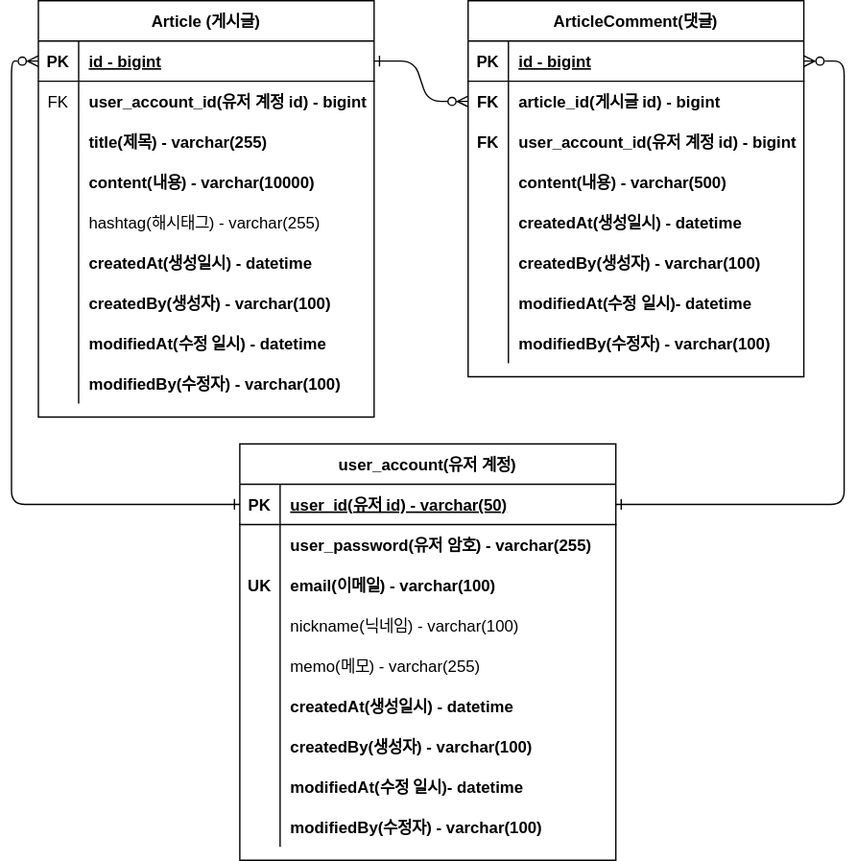
This is document/BoardService.svg from Inderby/BoardService, a draw.io export, as it was before one commit. Source tidied: cells renumbered, new cells last; positions are measured from the earlier drawing's top-left corner, leaving out a move shared by most shapes.
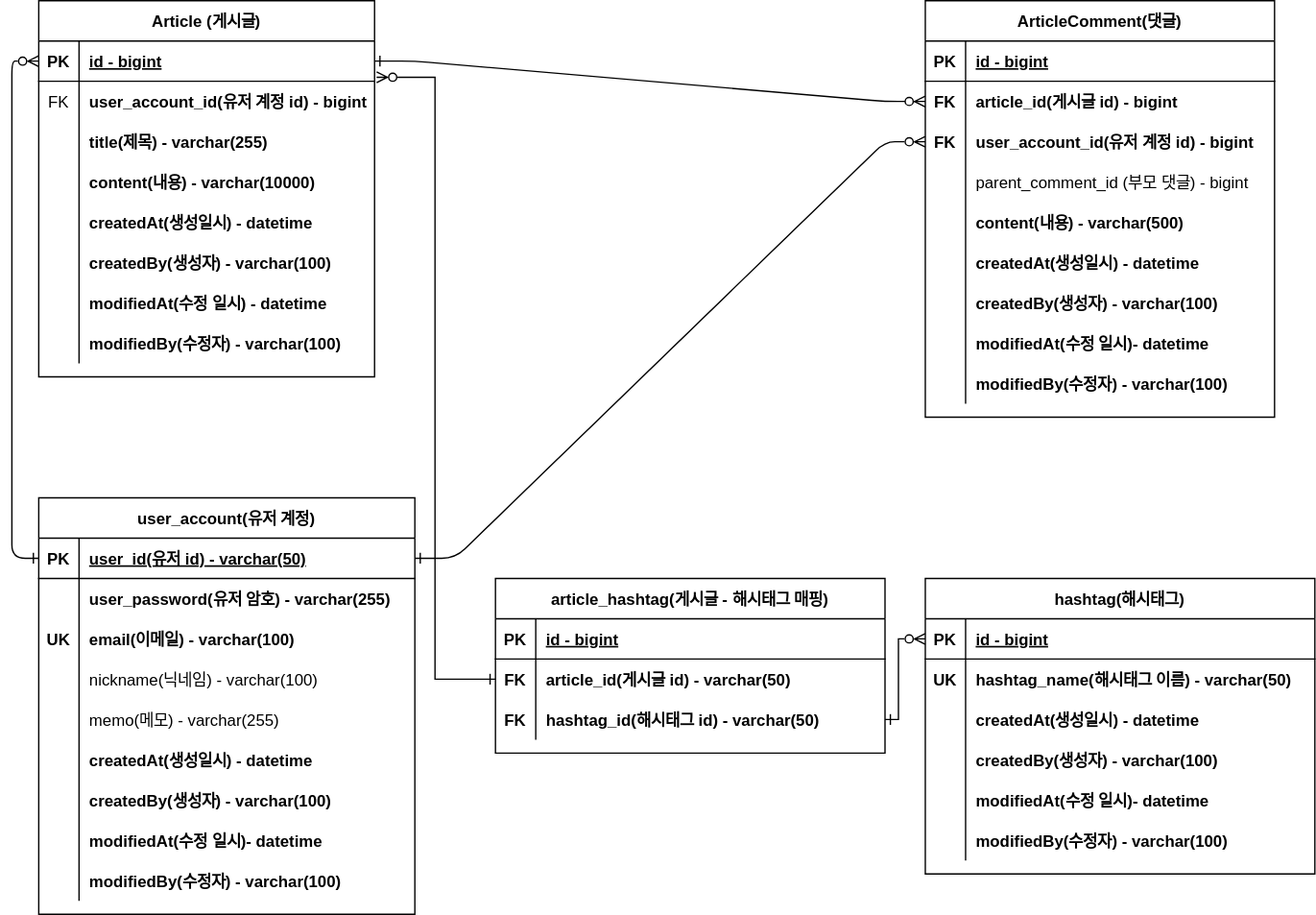
Above is the later version.

Commit message:
#58 - BoardService.svg 업데이트 : 대댓글, 해시태그

What changed in the source:
```diff
@@ -6,7 +6,7 @@
       <mxGeometry relative="1" as="geometry" />
     </mxCell>
     <mxCell id="3" value="Article (게시글)" style="shape=table;startSize=30;rowLines=0;fontStyle=1;align=center;" parent="1" vertex="1">
-      <mxGeometry width="250" height="310" as="geometry" />
+      <mxGeometry x="-100" y="-30" width="250" height="280" as="geometry" />
     </mxCell>
     <mxCell id="4" style="shape=partialRectangle;fillColor=none;points=[[0,0.5],[1,0.5]];portConstraint=eastwest;top=0;left=0;right=0;bottom=1;" parent="3" vertex="1">
       <mxGeometry y="30" width="250" height="30" as="geometry" />
@@ -44,17 +44,8 @@
     <mxCell id="15" value="content(내용) - varchar(10000)" style="shape=partialRectangle;overflow=hidden;fillColor=none;top=0;left=0;bottom=0;right=0;align=left;spacingLeft=6;fontStyle=1;" parent="13" vertex="1">
       <mxGeometry x="30" width="220" height="30" as="geometry" />
     </mxCell>
-    <mxCell id="16" style="shape=partialRectangle;fillColor=none;top=0;left=0;right=0;bottom=0;" parent="3" vertex="1">
-      <mxGeometry y="150" width="250" height="30" as="geometry" />
-    </mxCell>
-    <mxCell id="17" style="shape=partialRectangle;overflow=hidden;fillColor=none;top=0;left=0;bottom=0;right=0;" parent="16" vertex="1">
-      <mxGeometry width="30" height="30" as="geometry" />
-    </mxCell>
-    <mxCell id="18" value="hashtag(해시태그) - varchar(255)" style="shape=partialRectangle;overflow=hidden;fillColor=none;top=0;left=0;bottom=0;right=0;align=left;spacingLeft=6;fontStyle=0;" parent="16" vertex="1">
-      <mxGeometry x="30" width="220" height="30" as="geometry" />
-    </mxCell>
     <mxCell id="19" style="shape=partialRectangle;fillColor=none;top=0;left=0;right=0;bottom=0;" parent="3" vertex="1">
-      <mxGeometry y="180" width="250" height="30" as="geometry" />
+      <mxGeometry y="150" width="250" height="30" as="geometry" />
     </mxCell>
     <mxCell id="20" style="shape=partialRectangle;overflow=hidden;fillColor=none;top=0;left=0;bottom=0;right=0;" parent="19" vertex="1">
       <mxGeometry width="30" height="30" as="geometry" />
@@ -63,7 +54,7 @@
       <mxGeometry x="30" width="220" height="30" as="geometry" />
     </mxCell>
     <mxCell id="22" style="shape=partialRectangle;fillColor=none;top=0;left=0;right=0;bottom=0;" parent="3" vertex="1">
-      <mxGeometry y="210" width="250" height="30" as="geometry" />
+      <mxGeometry y="180" width="250" height="30" as="geometry" />
     </mxCell>
     <mxCell id="23" style="shape=partialRectangle;overflow=hidden;fillColor=none;top=0;left=0;bottom=0;right=0;" parent="22" vertex="1">
       <mxGeometry width="30" height="30" as="geometry" />
@@ -72,7 +63,7 @@
       <mxGeometry x="30" width="220" height="30" as="geometry" />
     </mxCell>
     <mxCell id="25" style="shape=partialRectangle;fillColor=none;top=0;left=0;right=0;bottom=0;" parent="3" vertex="1">
-      <mxGeometry y="240" width="250" height="30" as="geometry" />
+      <mxGeometry y="210" width="250" height="30" as="geometry" />
     </mxCell>
     <mxCell id="26" style="shape=partialRectangle;overflow=hidden;fillColor=none;top=0;left=0;bottom=0;right=0;" parent="25" vertex="1">
       <mxGeometry width="30" height="30" as="geometry" />
@@ -81,7 +72,7 @@
       <mxGeometry x="30" width="220" height="30" as="geometry" />
     </mxCell>
     <mxCell id="28" style="shape=partialRectangle;fillColor=none;top=0;left=0;right=0;bottom=0;" parent="3" vertex="1">
-      <mxGeometry y="270" width="250" height="30" as="geometry" />
+      <mxGeometry y="240" width="250" height="30" as="geometry" />
     </mxCell>
     <mxCell id="29" style="shape=partialRectangle;overflow=hidden;fillColor=none;top=0;left=0;bottom=0;right=0;" parent="28" vertex="1">
       <mxGeometry width="30" height="30" as="geometry" />
@@ -90,82 +81,91 @@
       <mxGeometry x="30" width="220" height="30" as="geometry" />
     </mxCell>
     <mxCell id="31" value="ArticleComment(댓글)" style="shape=table;startSize=30;rowLines=0;fontStyle=1;align=center;" parent="1" vertex="1">
-      <mxGeometry x="320" width="250" height="280" as="geometry" />
+      <mxGeometry x="560" y="-30" width="260" height="310" as="geometry" />
     </mxCell>
     <mxCell id="32" style="shape=partialRectangle;fillColor=none;points=[[0,0.5],[1,0.5]];portConstraint=eastwest;top=0;left=0;right=0;bottom=1;" parent="31" vertex="1">
-      <mxGeometry y="30" width="250" height="30" as="geometry" />
+      <mxGeometry y="30" width="260" height="30" as="geometry" />
     </mxCell>
     <mxCell id="33" value="PK" style="shape=partialRectangle;overflow=hidden;fillColor=none;top=0;left=0;bottom=0;right=0;fontStyle=1;" parent="32" vertex="1">
       <mxGeometry width="30" height="30" as="geometry" />
     </mxCell>
     <mxCell id="34" value="id - bigint" style="shape=partialRectangle;overflow=hidden;fillColor=none;top=0;left=0;bottom=0;right=0;align=left;spacingLeft=6;fontStyle=5;" parent="32" vertex="1">
-      <mxGeometry x="30" width="220" height="30" as="geometry" />
+      <mxGeometry x="30" width="230" height="30" as="geometry" />
     </mxCell>
     <mxCell id="35" style="shape=partialRectangle;fillColor=none;points=[[0,0.5],[1,0.5]];portConstraint=eastwest;top=0;left=0;right=0;bottom=0;" parent="31" vertex="1">
-      <mxGeometry y="60" width="250" height="30" as="geometry" />
+      <mxGeometry y="60" width="260" height="30" as="geometry" />
     </mxCell>
     <mxCell id="36" value="FK" style="shape=partialRectangle;overflow=hidden;fillColor=none;top=0;left=0;bottom=0;right=0;fontStyle=1;" parent="35" vertex="1">
       <mxGeometry width="30" height="30" as="geometry" />
     </mxCell>
     <mxCell id="37" value="article_id(게시글 id) - bigint" style="shape=partialRectangle;overflow=hidden;fillColor=none;top=0;left=0;bottom=0;right=0;align=left;spacingLeft=6;fontStyle=1;" parent="35" vertex="1">
-      <mxGeometry x="30" width="220" height="30" as="geometry" />
+      <mxGeometry x="30" width="230" height="30" as="geometry" />
     </mxCell>
     <mxCell id="38" style="shape=partialRectangle;fillColor=none;points=[[0,0.5],[1,0.5]];portConstraint=eastwest;top=0;left=0;right=0;bottom=0;" parent="31" vertex="1">
-      <mxGeometry y="90" width="250" height="30" as="geometry" />
+      <mxGeometry y="90" width="260" height="30" as="geometry" />
     </mxCell>
     <mxCell id="39" value="FK" style="shape=partialRectangle;overflow=hidden;fillColor=none;top=0;left=0;bottom=0;right=0;fontStyle=1;" parent="38" vertex="1">
       <mxGeometry width="30" height="30" as="geometry" />
     </mxCell>
     <mxCell id="40" value="user_account_id(유저 계정 id) - bigint" style="shape=partialRectangle;overflow=hidden;fillColor=none;top=0;left=0;bottom=0;right=0;align=left;spacingLeft=6;fontStyle=1;" parent="38" vertex="1">
-      <mxGeometry x="30" width="220" height="30" as="geometry" />
+      <mxGeometry x="30" width="230" height="30" as="geometry" />
     </mxCell>
+    <mxCell id="86" style="shape=partialRectangle;fillColor=none;top=0;left=0;right=0;bottom=0;" parent="31" vertex="1">
+      <mxGeometry y="120" width="260" height="30" as="geometry" />
+    </mxCell>
+    <mxCell id="87" style="shape=partialRectangle;overflow=hidden;fillColor=none;top=0;left=0;bottom=0;right=0;fontStyle=1;" parent="86" vertex="1">
+      <mxGeometry width="30" height="30" as="geometry" />
+    </mxCell>
+    <mxCell id="88" value="parent_comment_id (부모 댓글) - bigint" style="shape=partialRectangle;overflow=hidden;fillColor=none;top=0;left=0;bottom=0;right=0;align=left;spacingLeft=6;fontStyle=0;" parent="86" vertex="1">
+      <mxGeometry x="30" width="230" height="30" as="geometry" />
+    </mxCell>
     <mxCell id="41" style="shape=partialRectangle;fillColor=none;top=0;left=0;right=0;bottom=0;" parent="31" vertex="1">
-      <mxGeometry y="120" width="250" height="30" as="geometry" />
+      <mxGeometry y="150" width="260" height="30" as="geometry" />
     </mxCell>
     <mxCell id="42" style="shape=partialRectangle;overflow=hidden;fillColor=none;top=0;left=0;bottom=0;right=0;" parent="41" vertex="1">
       <mxGeometry width="30" height="30" as="geometry" />
     </mxCell>
     <mxCell id="43" value="content(내용) - varchar(500)" style="shape=partialRectangle;overflow=hidden;fillColor=none;top=0;left=0;bottom=0;right=0;align=left;spacingLeft=6;fontStyle=1;" parent="41" vertex="1">
-      <mxGeometry x="30" width="220" height="30" as="geometry" />
+      <mxGeometry x="30" width="230" height="30" as="geometry" />
     </mxCell>
     <mxCell id="44" style="shape=partialRectangle;fillColor=none;top=0;left=0;right=0;bottom=0;" parent="31" vertex="1">
-      <mxGeometry y="150" width="250" height="30" as="geometry" />
+      <mxGeometry y="180" width="260" height="30" as="geometry" />
     </mxCell>
     <mxCell id="45" style="shape=partialRectangle;overflow=hidden;fillColor=none;top=0;left=0;bottom=0;right=0;" parent="44" vertex="1">
       <mxGeometry width="30" height="30" as="geometry" />
     </mxCell>
     <mxCell id="46" value="createdAt(생성일시) - datetime" style="shape=partialRectangle;overflow=hidden;fillColor=none;top=0;left=0;bottom=0;right=0;align=left;spacingLeft=6;fontStyle=1;" parent="44" vertex="1">
-      <mxGeometry x="30" width="220" height="30" as="geometry" />
+      <mxGeometry x="30" width="230" height="30" as="geometry" />
     </mxCell>
     <mxCell id="47" style="shape=partialRectangle;fillColor=none;top=0;left=0;right=0;bottom=0;" parent="31" vertex="1">
-      <mxGeometry y="180" width="250" height="30" as="geometry" />
+      <mxGeometry y="210" width="260" height="30" as="geometry" />
     </mxCell>
     <mxCell id="48" style="shape=partialRectangle;overflow=hidden;fillColor=none;top=0;left=0;bottom=0;right=0;" parent="47" vertex="1">
       <mxGeometry width="30" height="30" as="geometry" />
     </mxCell>
     <mxCell id="49" value="createdBy(생성자) - varchar(100)" style="shape=partialRectangle;overflow=hidden;fillColor=none;top=0;left=0;bottom=0;right=0;align=left;spacingLeft=6;fontStyle=1;" parent="47" vertex="1">
-      <mxGeometry x="30" width="220" height="30" as="geometry" />
+      <mxGeometry x="30" width="230" height="30" as="geometry" />
     </mxCell>
     <mxCell id="50" style="shape=partialRectangle;fillColor=none;top=0;left=0;right=0;bottom=0;" parent="31" vertex="1">
-      <mxGeometry y="210" width="250" height="30" as="geometry" />
+      <mxGeometry y="240" width="260" height="30" as="geometry" />
     </mxCell>
     <mxCell id="51" style="shape=partialRectangle;overflow=hidden;fillColor=none;top=0;left=0;bottom=0;right=0;" parent="50" vertex="1">
       <mxGeometry width="30" height="30" as="geometry" />
     </mxCell>
     <mxCell id="52" value="modifiedAt(수정 일시)- datetime" style="shape=partialRectangle;overflow=hidden;fillColor=none;top=0;left=0;bottom=0;right=0;align=left;spacingLeft=6;fontStyle=1;" parent="50" vertex="1">
-      <mxGeometry x="30" width="220" height="30" as="geometry" />
+      <mxGeometry x="30" width="230" height="30" as="geometry" />
     </mxCell>
     <mxCell id="53" style="shape=partialRectangle;fillColor=none;top=0;left=0;right=0;bottom=0;" parent="31" vertex="1">
-      <mxGeometry y="240" width="250" height="30" as="geometry" />
+      <mxGeometry y="270" width="260" height="30" as="geometry" />
     </mxCell>
     <mxCell id="54" style="shape=partialRectangle;overflow=hidden;fillColor=none;top=0;left=0;bottom=0;right=0;" parent="53" vertex="1">
       <mxGeometry width="30" height="30" as="geometry" />
     </mxCell>
     <mxCell id="55" value="modifiedBy(수정자) - varchar(100)" style="shape=partialRectangle;overflow=hidden;fillColor=none;top=0;left=0;bottom=0;right=0;align=left;spacingLeft=6;fontStyle=1;" parent="53" vertex="1">
-      <mxGeometry x="30" width="220" height="30" as="geometry" />
+      <mxGeometry x="30" width="230" height="30" as="geometry" />
     </mxCell>
     <mxCell id="56" value="user_account(유저 계정)" style="shape=table;startSize=30;rowLines=0;fontStyle=1;align=center;" parent="1" vertex="1">
-      <mxGeometry x="150" y="330" width="280" height="310" as="geometry" />
+      <mxGeometry x="-100" y="340" width="280" height="310" as="geometry" />
     </mxCell>
     <mxCell id="57" style="shape=partialRectangle;fillColor=none;points=[[0,0.5],[1,0.5]];portConstraint=eastwest;top=0;left=0;right=0;bottom=1;" parent="56" vertex="1">
       <mxGeometry y="30" width="280" height="30" as="geometry" />
@@ -248,7 +248,7 @@
     <mxCell id="83" value="modifiedBy(수정자) - varchar(100)" style="shape=partialRectangle;overflow=hidden;fillColor=none;top=0;left=0;bottom=0;right=0;align=left;spacingLeft=6;fontStyle=1;" parent="81" vertex="1">
       <mxGeometry x="30" width="250" height="30" as="geometry" />
     </mxCell>
-    <mxCell id="84" style="edgeStyle=entityRelationEdgeStyle;rounded=1;jettySize=auto;html=1;endArrow=ERzeroToMany;endFill=0;startArrow=ERone;startFill=0;exitX=1;exitY=0.5;exitDx=0;exitDy=0;" parent="1" edge="1" source="57" target="32">
+    <mxCell id="84" style="edgeStyle=entityRelationEdgeStyle;rounded=1;jettySize=auto;html=1;endArrow=ERzeroToMany;endFill=0;startArrow=ERone;startFill=0;exitX=1;exitY=0.5;exitDx=0;exitDy=0;" parent="1" edge="1" source="57" target="38">
       <mxGeometry relative="1" as="geometry">
         <Array as="points">
           <mxPoint x="360" y="230" />
@@ -258,5 +258,103 @@
     <mxCell id="85" style="edgeStyle=orthogonalEdgeStyle;rounded=1;jettySize=auto;html=1;entryX=0;entryY=0.5;entryDx=0;entryDy=0;endArrow=ERzeroToMany;endFill=0;startArrow=ERone;startFill=0;curved=0;" parent="1" edge="1" source="57" target="4">
       <mxGeometry relative="1" as="geometry" />
     </mxCell>
+    <mxCell id="89" value="hashtag(해시태그)" style="shape=table;startSize=30;rowLines=0;fontStyle=1;align=center;" parent="1" vertex="1">
+      <mxGeometry x="560" y="400" width="290" height="220" as="geometry" />
+    </mxCell>
+    <mxCell id="90" style="shape=partialRectangle;fillColor=none;points=[[0,0.5],[1,0.5]];portConstraint=eastwest;top=0;left=0;right=0;bottom=1;" parent="89" vertex="1">
+      <mxGeometry y="30" width="290" height="30" as="geometry" />
+    </mxCell>
+    <mxCell id="91" value="PK" style="shape=partialRectangle;overflow=hidden;fillColor=none;top=0;left=0;bottom=0;right=0;fontStyle=1;" parent="90" vertex="1">
+      <mxGeometry width="30" height="30" as="geometry" />
+    </mxCell>
+    <mxCell id="92" value="id - bigint" style="shape=partialRectangle;overflow=hidden;fillColor=none;top=0;left=0;bottom=0;right=0;align=left;spacingLeft=6;fontStyle=5;" parent="90" vertex="1">
+      <mxGeometry x="30" width="260" height="30" as="geometry" />
+    </mxCell>
+    <mxCell id="93" style="shape=partialRectangle;fillColor=none;top=0;left=0;right=0;bottom=0;" parent="89" vertex="1">
+      <mxGeometry y="60" width="290" height="30" as="geometry" />
+    </mxCell>
+    <mxCell id="94" value="UK" style="shape=partialRectangle;overflow=hidden;fillColor=none;top=0;left=0;bottom=0;right=0;fontStyle=1;" parent="93" vertex="1">
+      <mxGeometry width="30" height="30" as="geometry" />
+    </mxCell>
+    <mxCell id="95" value="hashtag_name(해시태그 이름) - varchar(50)" style="shape=partialRectangle;overflow=hidden;fillColor=none;top=0;left=0;bottom=0;right=0;align=left;spacingLeft=6;fontStyle=1;" parent="93" vertex="1">
+      <mxGeometry x="30" width="260" height="30" as="geometry" />
+    </mxCell>
+    <mxCell id="96" style="shape=partialRectangle;fillColor=none;top=0;left=0;right=0;bottom=0;" parent="89" vertex="1">
+      <mxGeometry y="90" width="290" height="30" as="geometry" />
+    </mxCell>
+    <mxCell id="97" style="shape=partialRectangle;overflow=hidden;fillColor=none;top=0;left=0;bottom=0;right=0;" parent="96" vertex="1">
+      <mxGeometry width="30" height="30" as="geometry" />
+    </mxCell>
+    <mxCell id="98" value="createdAt(생성일시) - datetime" style="shape=partialRectangle;overflow=hidden;fillColor=none;top=0;left=0;bottom=0;right=0;align=left;spacingLeft=6;fontStyle=1;" parent="96" vertex="1">
+      <mxGeometry x="30" width="260" height="30" as="geometry" />
+    </mxCell>
+    <mxCell id="99" style="shape=partialRectangle;fillColor=none;top=0;left=0;right=0;bottom=0;" parent="89" vertex="1">
+      <mxGeometry y="120" width="290" height="30" as="geometry" />
+    </mxCell>
+    <mxCell id="100" style="shape=partialRectangle;overflow=hidden;fillColor=none;top=0;left=0;bottom=0;right=0;" parent="99" vertex="1">
+      <mxGeometry width="30" height="30" as="geometry" />
+    </mxCell>
+    <mxCell id="101" value="createdBy(생성자) - varchar(100)" style="shape=partialRectangle;overflow=hidden;fillColor=none;top=0;left=0;bottom=0;right=0;align=left;spacingLeft=6;fontStyle=1;" parent="99" vertex="1">
+      <mxGeometry x="30" width="260" height="30" as="geometry" />
+    </mxCell>
+    <mxCell id="102" style="shape=partialRectangle;fillColor=none;top=0;left=0;right=0;bottom=0;" parent="89" vertex="1">
+      <mxGeometry y="150" width="290" height="30" as="geometry" />
+    </mxCell>
+    <mxCell id="103" style="shape=partialRectangle;overflow=hidden;fillColor=none;top=0;left=0;bottom=0;right=0;" parent="102" vertex="1">
+      <mxGeometry width="30" height="30" as="geometry" />
+    </mxCell>
+    <mxCell id="104" value="modifiedAt(수정 일시)- datetime" style="shape=partialRectangle;overflow=hidden;fillColor=none;top=0;left=0;bottom=0;right=0;align=left;spacingLeft=6;fontStyle=1;" parent="102" vertex="1">
+      <mxGeometry x="30" width="260" height="30" as="geometry" />
+    </mxCell>
+    <mxCell id="105" style="shape=partialRectangle;fillColor=none;top=0;left=0;right=0;bottom=0;" parent="89" vertex="1">
+      <mxGeometry y="180" width="290" height="30" as="geometry" />
+    </mxCell>
+    <mxCell id="106" style="shape=partialRectangle;overflow=hidden;fillColor=none;top=0;left=0;bottom=0;right=0;" parent="105" vertex="1">
+      <mxGeometry width="30" height="30" as="geometry" />
+    </mxCell>
+    <mxCell id="107" value="modifiedBy(수정자) - varchar(100)" style="shape=partialRectangle;overflow=hidden;fillColor=none;top=0;left=0;bottom=0;right=0;align=left;spacingLeft=6;fontStyle=1;" parent="105" vertex="1">
+      <mxGeometry x="30" width="260" height="30" as="geometry" />
+    </mxCell>
+    <mxCell id="108" value="article_hashtag(게시글 - 해시태그 매핑)" style="shape=table;startSize=30;rowLines=0;fontStyle=1;align=center;" parent="1" vertex="1">
+      <mxGeometry x="240" y="400" width="290" height="130" as="geometry" />
+    </mxCell>
+    <mxCell id="109" style="shape=partialRectangle;fillColor=none;top=0;left=0;right=0;bottom=1;" parent="108" vertex="1">
+      <mxGeometry y="30" width="290" height="30" as="geometry" />
+    </mxCell>
+    <mxCell id="110" value="PK" style="shape=partialRectangle;overflow=hidden;fillColor=none;top=0;left=0;bottom=0;right=0;fontStyle=1;" parent="109" vertex="1">
+      <mxGeometry width="30" height="30" as="geometry" />
+    </mxCell>
+    <mxCell id="111" value="id - bigint" style="shape=partialRectangle;overflow=hidden;fillColor=none;top=0;left=0;bottom=0;right=0;align=left;spacingLeft=6;fontStyle=5;" parent="109" vertex="1">
+      <mxGeometry x="30" width="260" height="30" as="geometry" />
+    </mxCell>
+    <mxCell id="112" style="shape=partialRectangle;fillColor=none;points=[[0,0.5],[1,0.5]];portConstraint=eastwest;top=0;left=0;right=0;bottom=0;" parent="108" vertex="1">
+      <mxGeometry y="60" width="290" height="30" as="geometry" />
+    </mxCell>
+    <mxCell id="113" value="FK" style="shape=partialRectangle;overflow=hidden;fillColor=none;top=0;left=0;bottom=0;right=0;fontStyle=1;" parent="112" vertex="1">
+      <mxGeometry width="30" height="30" as="geometry" />
+    </mxCell>
+    <mxCell id="114" value="article_id(게시글 id) - varchar(50)" style="shape=partialRectangle;overflow=hidden;fillColor=none;top=0;left=0;bottom=0;right=0;align=left;spacingLeft=6;fontStyle=1;" parent="112" vertex="1">
+      <mxGeometry x="30" width="260" height="30" as="geometry" />
+    </mxCell>
+    <mxCell id="115" style="shape=partialRectangle;fillColor=none;points=[[0,0.5],[1,0.5]];portConstraint=eastwest;top=0;left=0;right=0;bottom=0;" parent="108" vertex="1">
+      <mxGeometry y="90" width="290" height="30" as="geometry" />
+    </mxCell>
+    <mxCell id="116" value="FK" style="shape=partialRectangle;overflow=hidden;fillColor=none;top=0;left=0;bottom=0;right=0;fontStyle=1;" parent="115" vertex="1">
+      <mxGeometry width="30" height="30" as="geometry" />
+    </mxCell>
+    <mxCell id="117" value="hashtag_id(해시태그 id) - varchar(50)" style="shape=partialRectangle;overflow=hidden;fillColor=none;top=0;left=0;bottom=0;right=0;align=left;spacingLeft=6;fontStyle=1;" parent="115" vertex="1">
+      <mxGeometry x="30" width="260" height="30" as="geometry" />
+    </mxCell>
+    <mxCell id="118" style="edgeStyle=orthogonalEdgeStyle;rounded=0;jettySize=auto;html=1;exitX=1;exitY=0.5;exitDx=0;exitDy=0;endArrow=ERzeroToMany;endFill=0;startArrow=ERone;startFill=0;" parent="1" edge="1" source="115" target="90">
+      <mxGeometry relative="1" as="geometry">
+        <Array as="points">
+          <mxPoint x="540" y="505" />
+          <mxPoint x="540" y="445" />
+        </Array>
+      </mxGeometry>
+    </mxCell>
+    <mxCell id="119" style="edgeStyle=orthogonalEdgeStyle;rounded=0;jettySize=auto;html=1;entryX=1.006;entryY=0.9;entryDx=0;entryDy=0;entryPerimeter=0;endArrow=ERzeroToMany;endFill=0;startArrow=ERone;startFill=0;" parent="1" edge="1" source="112" target="4">
+      <mxGeometry relative="1" as="geometry" />
+    </mxCell>
   </root>
 </mxGraphModel>
```
